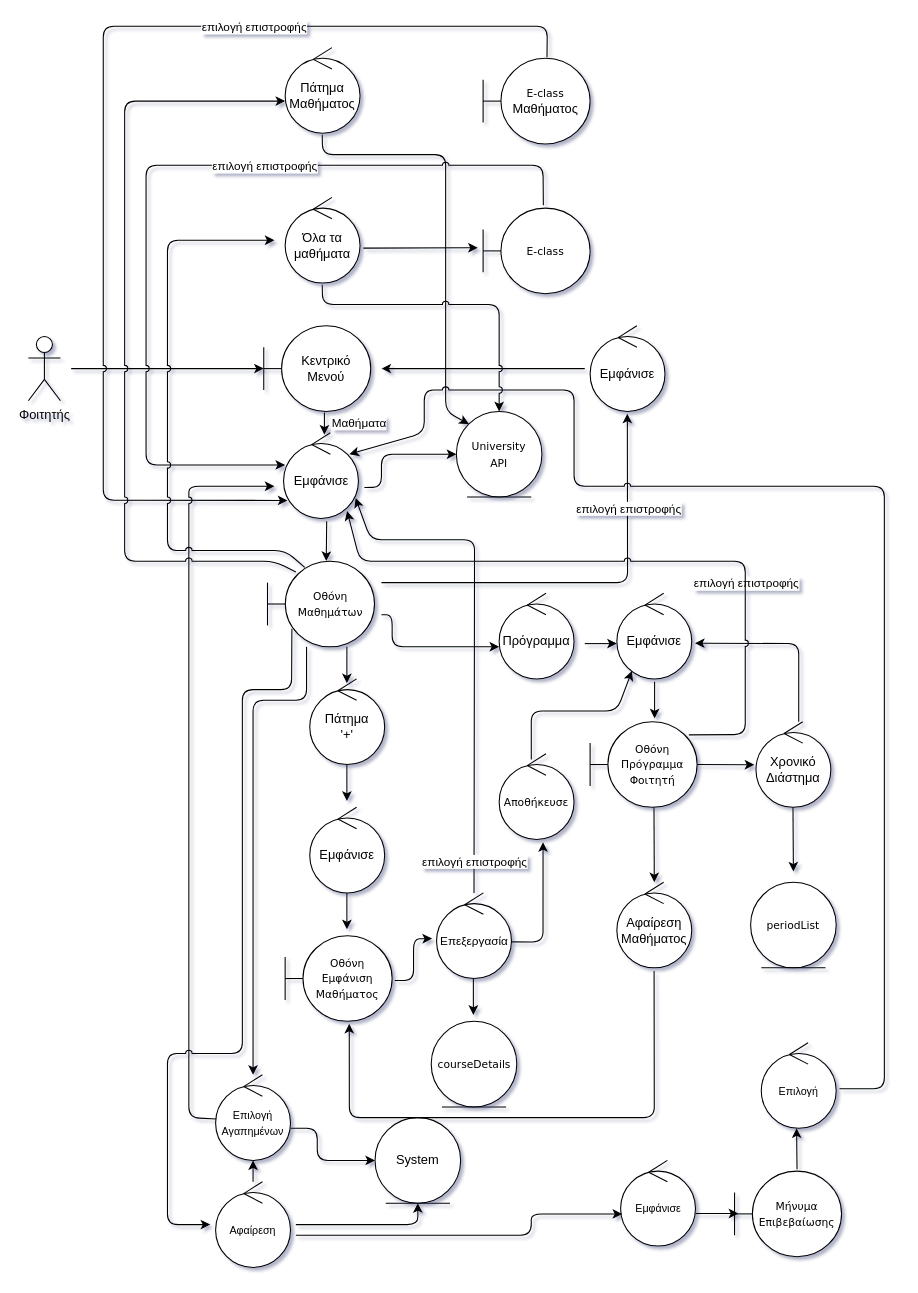
Ibournakas/PaPapp keeps this draw.io diagram as page "Courses Menu" (5 of 8) of docs/Contributions/Vaggelis/Robustness-diagrams-v0.1.drawio. Above is the earlier version. Source tidied: cells renumbered, new cells numbered last; positions are measured from the earlier drawing's top-left corner, leaving out a move shared by most shapes. Both pictures are drawn from the tidied source at 107%, with x=0, y=0 at pixel (28, 26).
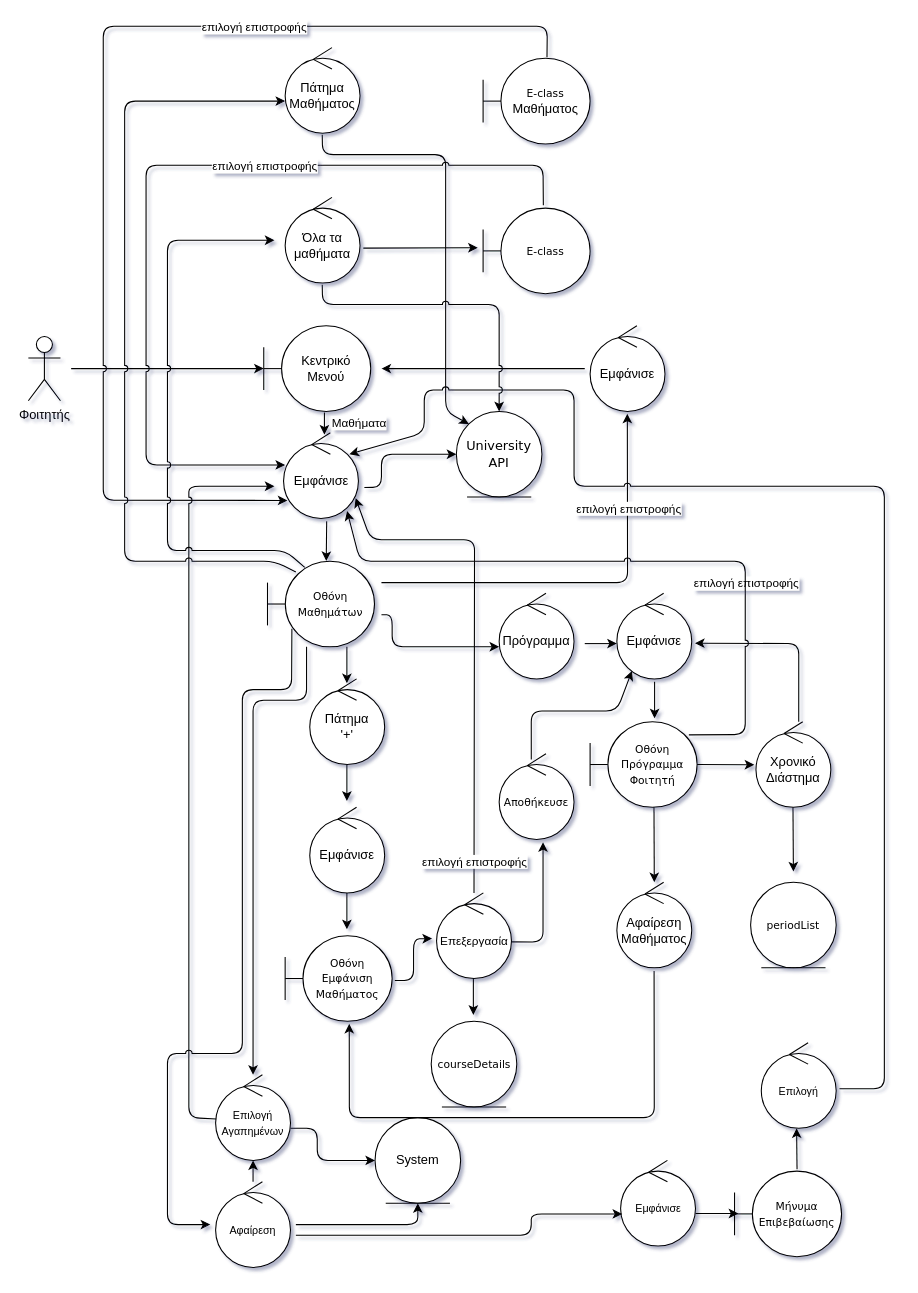
The same diagram, later.

Change to the diagram source:
```diff
@@
-    <mxCell id="4" value="&lt;font face=&quot;Verdana&quot;&gt;&lt;span style=&quot;font-size: 10px;&quot;&gt;University&lt;br&gt;API&lt;br&gt;&lt;/span&gt;&lt;/font&gt;" style="ellipse;shape=umlEntity;whiteSpace=wrap;html=1;rounded=1;" parent="1" vertex="1">
+    <mxCell id="4" value="&lt;font style=&quot;font-size: 12px;&quot; face=&quot;Verdana&quot;&gt;&lt;span style=&quot;&quot;&gt;University&lt;br&gt;API&lt;br&gt;&lt;/span&gt;&lt;/font&gt;" style="ellipse;shape=umlEntity;whiteSpace=wrap;html=1;rounded=1;" parent="1" vertex="1">
       <mxGeometry x="400" y="360" width="80" height="80" as="geometry" />
     </mxCell>
```
